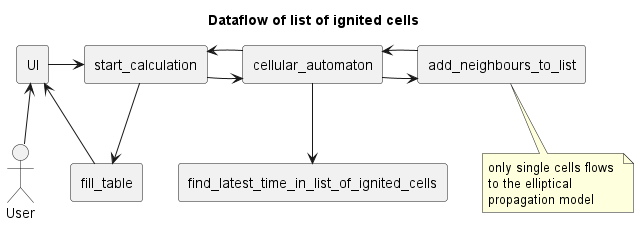
Above: out/documentation/dataflow_list_of_ignited_cells/dataflow_list_of_ignited_cells.png in OTI2020/ember-sim-germany (PlantUML), before the change.
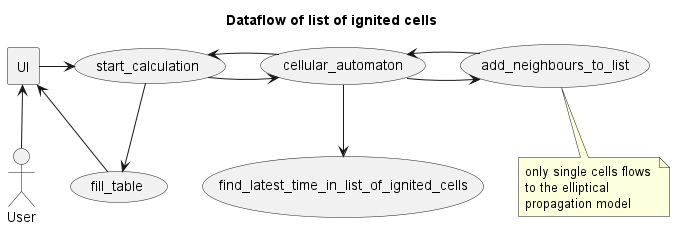
The same file after the commit.

Commit message:
change rectangle to oval

The edit, as a diff of the source:
```diff
@@ -1,11 +1,11 @@
 @startuml
 actor User
 rectangle UI
-rectangle start_calculation
-rectangle cellular_automaton
-rectangle find_latest_time_in_list_of_ignited_cells
-rectangle fill_table
-rectangle add_neighbours_to_list
+usecase start_calculation
+usecase cellular_automaton
+usecase find_latest_time_in_list_of_ignited_cells
+usecase fill_table
+usecase add_neighbours_to_list
 
 Title Dataflow of list of ignited cells
 
```
